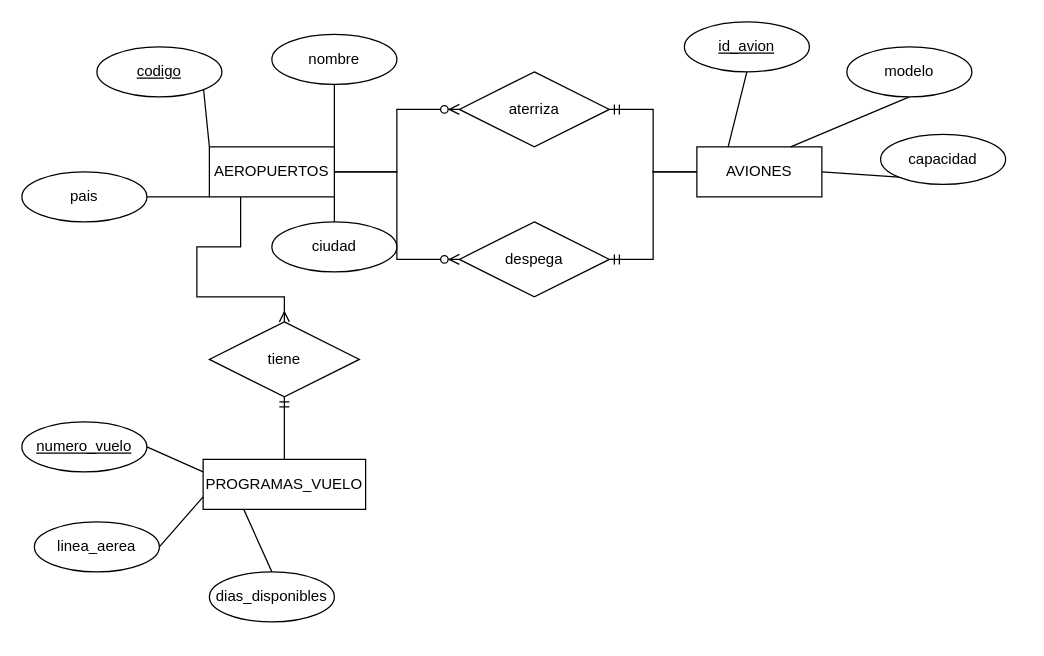
This is aeropuerto.drawio from rosemberg0212/Software-libre, a draw.io file, before an edit. Source tidied: cells renumbered, new cells numbered last; positions are measured from the earlier drawing's top-left corner, leaving out a move shared by most shapes. Both pictures are drawn from the tidied source at 125%, with x=0, y=0 at pixel (21, 21).
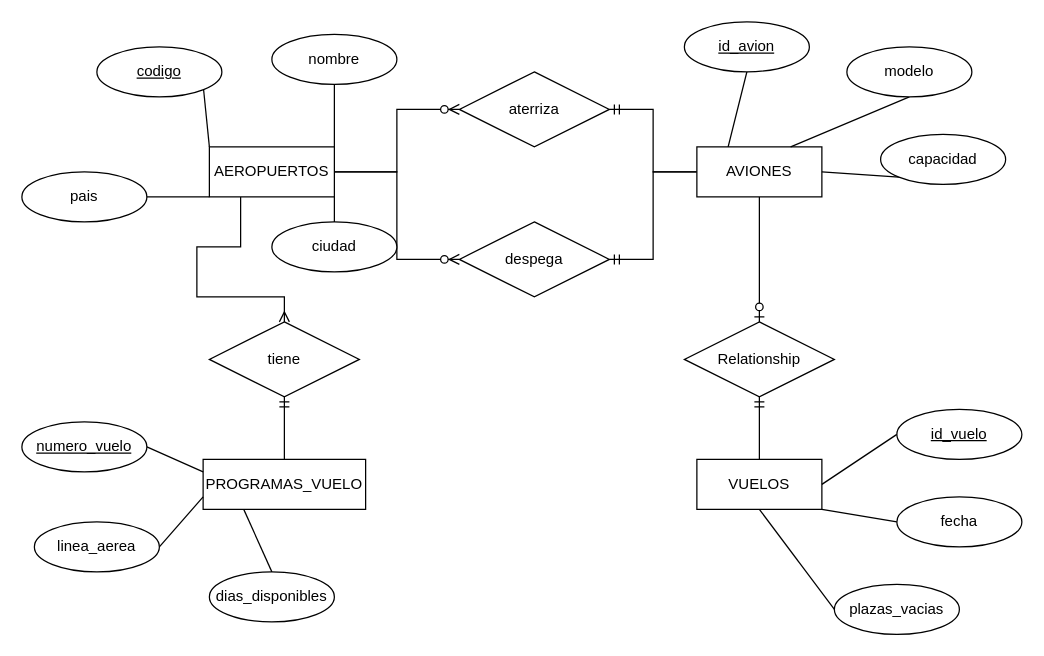
The same diagram, later.

Unchanged cells that the change refers to:
```xml
<mxCell id="16" value="AVIONES" style="whiteSpace=wrap;html=1;align=center;" parent="1" vertex="1">
  <mxGeometry x="540" y="100" width="100" height="40" as="geometry" />
</mxCell>
```

Diff of the diagram source:
```diff
@@
+    <mxCell id="34" style="edgeStyle=none;rounded=0;jettySize=auto;html=1;exitX=0.5;exitY=1;exitDx=0;exitDy=0;entryX=0.5;entryY=0;entryDx=0;entryDy=0;startArrow=none;startFill=0;endArrow=ERzeroToOne;endFill=1;" parent="1" edge="1" source="16" target="43">
+      <mxGeometry relative="1" as="geometry" />
+    </mxCell>
@@
+    <mxCell id="35" style="edgeStyle=none;rounded=0;jettySize=auto;html=1;exitX=0.5;exitY=0;exitDx=0;exitDy=0;entryX=0.5;entryY=1;entryDx=0;entryDy=0;startArrow=none;startFill=0;endArrow=ERmandOne;endFill=0;" parent="1" edge="1" source="36" target="43">
+      <mxGeometry relative="1" as="geometry" />
+    </mxCell>
+    <mxCell id="36" value="VUELOS" style="whiteSpace=wrap;html=1;align=center;" parent="1" vertex="1">
+      <mxGeometry x="540" y="350" width="100" height="40" as="geometry" />
+    </mxCell>
+    <mxCell id="37" style="edgeStyle=none;rounded=0;jettySize=auto;html=1;exitX=0;exitY=0.5;exitDx=0;exitDy=0;entryX=1;entryY=0.5;entryDx=0;entryDy=0;startArrow=none;startFill=0;endArrow=none;endFill=0;" parent="1" edge="1" source="38" target="36">
+      <mxGeometry relative="1" as="geometry" />
+    </mxCell>
+    <mxCell id="38" value="id_vuelo" style="ellipse;whiteSpace=wrap;html=1;align=center;fontStyle=4;" parent="1" vertex="1">
+      <mxGeometry x="700" y="310" width="100" height="40" as="geometry" />
+    </mxCell>
+    <mxCell id="39" style="edgeStyle=none;rounded=0;jettySize=auto;html=1;exitX=0;exitY=0.5;exitDx=0;exitDy=0;entryX=1;entryY=1;entryDx=0;entryDy=0;startArrow=none;startFill=0;endArrow=none;endFill=0;" parent="1" edge="1" source="40" target="36">
+      <mxGeometry relative="1" as="geometry" />
+    </mxCell>
+    <mxCell id="40" value="fecha&lt;br&gt;" style="ellipse;whiteSpace=wrap;html=1;align=center;" parent="1" vertex="1">
+      <mxGeometry x="700" y="380" width="100" height="40" as="geometry" />
+    </mxCell>
+    <mxCell id="41" style="edgeStyle=none;rounded=0;jettySize=auto;html=1;exitX=0;exitY=0.5;exitDx=0;exitDy=0;entryX=0.5;entryY=1;entryDx=0;entryDy=0;startArrow=none;startFill=0;endArrow=none;endFill=0;" parent="1" edge="1" source="42" target="36">
+      <mxGeometry relative="1" as="geometry" />
+    </mxCell>
+    <mxCell id="42" value="plazas_vacias" style="ellipse;whiteSpace=wrap;html=1;align=center;" parent="1" vertex="1">
+      <mxGeometry x="650" y="450" width="100" height="40" as="geometry" />
+    </mxCell>
+    <mxCell id="43" value="Relationship" style="shape=rhombus;perimeter=rhombusPerimeter;whiteSpace=wrap;html=1;align=center;" parent="1" vertex="1">
+      <mxGeometry x="530" y="240" width="120" height="60" as="geometry" />
+    </mxCell>
```
